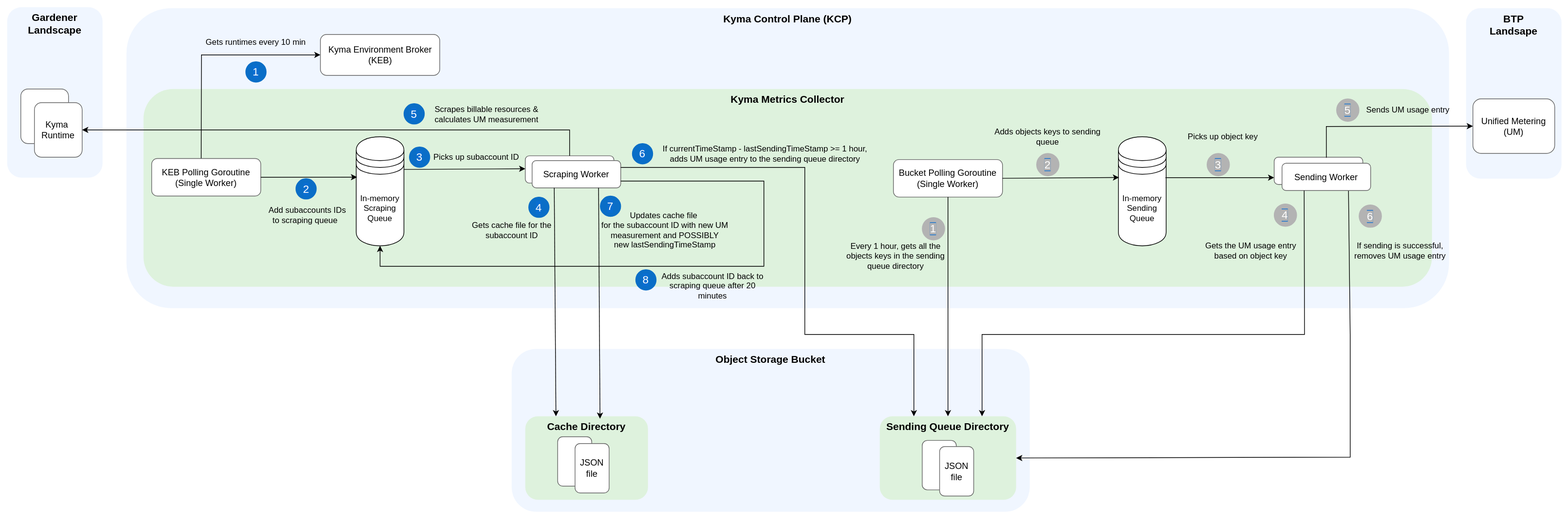
The draw.io diagram docs/contributor/assets/UM_architecture.drawio.svg in kyma-project/kyma-metrics-collector, before a commit. Source tidied: cells renumbered, new cells last; positions are measured from the earlier drawing's top-left corner, leaving out a move shared by most shapes.
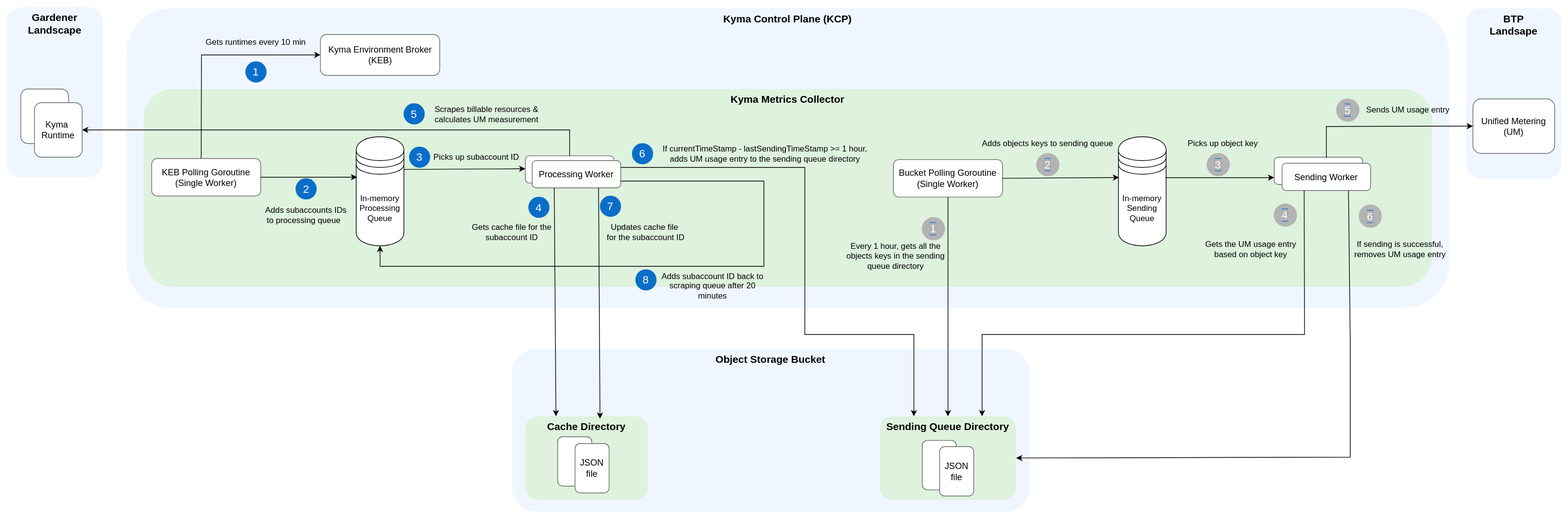
After the change.

Commit message:
update EDP and UM architecture diagrams

The edit, as a diff of the source:
```diff
@@ -29,7 +29,7 @@
     <mxCell id="10" value="&lt;b style=&quot;color: rgb(0, 0, 0); font-size: 15px;&quot;&gt;Kyma Metrics Collector&lt;/b&gt;" style="rounded=1;whiteSpace=wrap;html=1;dashed=1;fillColor=#DEF2DD;strokeColor=none;verticalAlign=top;fontSize=15;" parent="1" vertex="1">
       <mxGeometry x="210" y="130" width="1890" height="290" as="geometry" />
     </mxCell>
-    <mxCell id="11" value="In-memory&lt;div&gt;Scraping&lt;/div&gt;&lt;div&gt;Queue&lt;/div&gt;" style="shape=datastore;whiteSpace=wrap;html=1;" parent="1" vertex="1">
+    <mxCell id="11" value="In-memory&lt;div&gt;Processing&lt;/div&gt;&lt;div&gt;Queue&lt;/div&gt;" style="shape=datastore;whiteSpace=wrap;html=1;" parent="1" vertex="1">
       <mxGeometry x="522" y="200" width="70" height="160" as="geometry" />
     </mxCell>
     <mxCell id="12" style="rounded=1;whiteSpace=wrap;html=1;fontSize=13;strokeColor=#666666;" parent="1" vertex="1">
@@ -47,7 +47,7 @@
       <mxGeometry x="631" y="215" width="135" height="30" as="geometry" />
     </mxCell>
     <mxCell id="16" value="Gets cache file for the subaccount ID" style="text;html=1;align=center;verticalAlign=middle;whiteSpace=wrap;rounded=0;" parent="1" vertex="1">
-      <mxGeometry x="682.5" y="321.5" width="135" height="30" as="geometry" />
+      <mxGeometry x="682.5" y="324.8" width="135" height="30" as="geometry" />
     </mxCell>
     <mxCell id="17" style="endArrow=classic;html=1;rounded=0;exitX=0.5;exitY=0;exitDx=0;exitDy=0;entryX=1;entryY=0.5;entryDx=0;entryDy=0;" parent="1" edge="1" source="12" target="5">
       <mxGeometry relative="1" as="geometry">
@@ -75,10 +75,10 @@
     <mxCell id="23" value="&lt;span style=&quot;font-size: 16px;&quot;&gt;7&lt;/span&gt;" style="ellipse;whiteSpace=wrap;html=1;labelBackgroundColor=#0A6ED1;fontColor=#FFFFFF;fillColor=#0A6EC7;strokeColor=#0A6EC7;" parent="1" vertex="1">
       <mxGeometry x="880" y="287" width="30" height="30" as="geometry" />
     </mxCell>
-    <mxCell id="24" value="Updates cache file&amp;nbsp;&lt;div&gt;for the subaccount ID with new UM measurement and POSSIBLY new&amp;nbsp;&lt;span style=&quot;background-color: transparent; color: light-dark(rgb(0, 0, 0), rgb(255, 255, 255));&quot;&gt;lastSendingTimeStamp&lt;/span&gt;&lt;/div&gt;" style="text;html=1;align=center;verticalAlign=middle;whiteSpace=wrap;rounded=0;" parent="1" vertex="1">
-      <mxGeometry x="880" y="306.5" width="190" height="60" as="geometry" />
+    <mxCell id="24" value="Updates cache file&amp;nbsp;&lt;div&gt;for the subaccount ID&lt;/div&gt;" style="text;html=1;align=center;verticalAlign=middle;whiteSpace=wrap;rounded=0;" parent="1" vertex="1">
+      <mxGeometry x="852" y="321.5" width="190" height="36.5" as="geometry" />
     </mxCell>
-    <mxCell id="25" value="Scraping Worker" style="rounded=1;whiteSpace=wrap;html=1;fontSize=13;strokeColor=#666666;" parent="1" vertex="1">
+    <mxCell id="25" value="Processing Worker" style="rounded=1;whiteSpace=wrap;html=1;fontSize=13;strokeColor=#666666;" parent="1" vertex="1">
       <mxGeometry x="780" y="235" width="130" height="40" as="geometry" />
     </mxCell>
     <mxCell id="26" value="&lt;font color=&quot;#000000&quot;&gt;&lt;b&gt;Object Storage Bucket&lt;/b&gt;&lt;/font&gt;" style="rounded=1;whiteSpace=wrap;html=1;fillColor=#F0F6FF;strokeColor=none;fontColor=#333333;verticalAlign=top;fontSize=15;" parent="1" vertex="1">
@@ -150,7 +150,7 @@
       <mxGeometry x="1993" y="300" width="33" height="33" as="geometry" />
     </mxCell>
     <mxCell id="46" value="If sending is successful, removes UM usage entry" style="text;html=1;align=center;verticalAlign=middle;whiteSpace=wrap;rounded=0;" parent="1" vertex="1">
-      <mxGeometry x="1970" y="351.5" width="167" height="30" as="geometry" />
+      <mxGeometry x="1970" y="349.5" width="167" height="30" as="geometry" />
     </mxCell>
     <mxCell id="47" style="endArrow=classic;html=1;rounded=0;exitX=0.589;exitY=0.019;exitDx=0;exitDy=0;entryX=0;entryY=0.5;entryDx=0;entryDy=0;exitPerimeter=0;" parent="1" edge="1" source="42" target="8">
       <mxGeometry relative="1" as="geometry">
@@ -192,8 +192,8 @@
     <mxCell id="53" style="endArrow=classic;html=1;rounded=0;exitX=1;exitY=0.5;exitDx=0;exitDy=0;entryX=0.018;entryY=0.371;entryDx=0;entryDy=0;entryPerimeter=0;" parent="1" edge="1" source="52" target="11">
       <mxGeometry relative="1" as="geometry" />
     </mxCell>
-    <mxCell id="54" value="&amp;nbsp;Add subaccounts IDs to scraping queue&amp;nbsp;" style="text;html=1;align=center;verticalAlign=middle;whiteSpace=wrap;rounded=0;" parent="1" vertex="1">
-      <mxGeometry x="383.5" y="300" width="130" height="30" as="geometry" />
+    <mxCell id="54" value="&amp;nbsp;Adds subaccounts IDs to processing queue&amp;nbsp;" style="text;html=1;align=center;verticalAlign=middle;whiteSpace=wrap;rounded=0;" parent="1" vertex="1">
+      <mxGeometry x="382" y="295" width="130" height="40" as="geometry" />
     </mxCell>
     <mxCell id="55" value="&lt;font style=&quot;font-size: 16px&quot;&gt;2&lt;/font&gt;" style="ellipse;whiteSpace=wrap;html=1;labelBackgroundColor=#0A6ED1;fontColor=#FFFFFF;fillColor=#0A6EC7;strokeColor=#0A6EC7;" parent="1" vertex="1">
       <mxGeometry x="433.5" y="261.5" width="30" height="30" as="geometry" />
@@ -225,7 +225,7 @@
       <mxGeometry x="1520" y="224.5" width="33" height="33" as="geometry" />
     </mxCell>
     <mxCell id="64" value="Adds objects keys to sending queue" style="text;html=1;align=center;verticalAlign=middle;whiteSpace=wrap;rounded=0;" parent="1" vertex="1">
-      <mxGeometry x="1453" y="185" width="167" height="30" as="geometry" />
+      <mxGeometry x="1438" y="194.5" width="197" height="30" as="geometry" />
     </mxCell>
     <mxCell id="65" style="endArrow=classic;html=1;rounded=0;entryX=0;entryY=0.75;entryDx=0;entryDy=0;" parent="1" edge="1" target="42">
       <mxGeometry relative="1" as="geometry">
@@ -236,7 +236,7 @@
       <mxGeometry x="1770" y="224.5" width="33" height="33" as="geometry" />
     </mxCell>
     <mxCell id="67" value="Picks up object key" style="text;html=1;align=center;verticalAlign=middle;whiteSpace=wrap;rounded=0;" parent="1" vertex="1">
-      <mxGeometry x="1710" y="185" width="167" height="30" as="geometry" />
+      <mxGeometry x="1710" y="194.5" width="167" height="30" as="geometry" />
     </mxCell>
     <mxCell id="68" style="endArrow=classic;html=1;rounded=0;exitX=0.25;exitY=1;exitDx=0;exitDy=0;entryX=0.75;entryY=0;entryDx=0;entryDy=0;" parent="1" edge="1" source="57" target="35">
       <mxGeometry relative="1" as="geometry">
@@ -250,7 +250,7 @@
       <mxGeometry x="1868.5" y="298.5" width="33" height="33" as="geometry" />
     </mxCell>
     <mxCell id="70" value="Gets the UM usage entry based on object key" style="text;html=1;align=center;verticalAlign=middle;whiteSpace=wrap;rounded=0;" parent="1" vertex="1">
-      <mxGeometry x="1751" y="351.5" width="167" height="30" as="geometry" />
+      <mxGeometry x="1751" y="349.5" width="167" height="30" as="geometry" />
     </mxCell>
   </root>
 </mxGraphModel>
```
